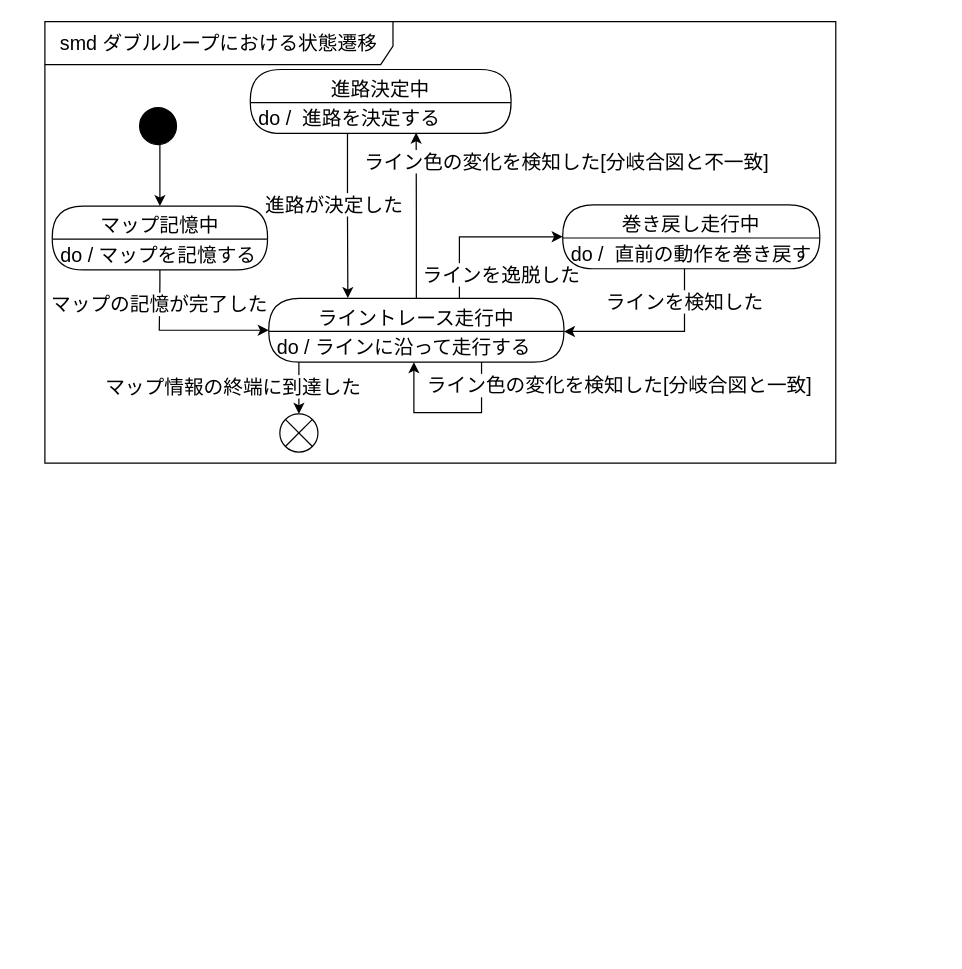
This is model/素材/4.1.1_状態遷移図.drawio from miyoshiyuu-systena/tenarobo-primary-mil-2025, a draw.io file, before an edit. Source tidied: cells renumbered, new cells numbered last; positions are measured from the earlier drawing's top-left corner, leaving out a move shared by most shapes. Both pictures are drawn from the tidied source at 123%, with x=0, y=0 at pixel (44, 21).
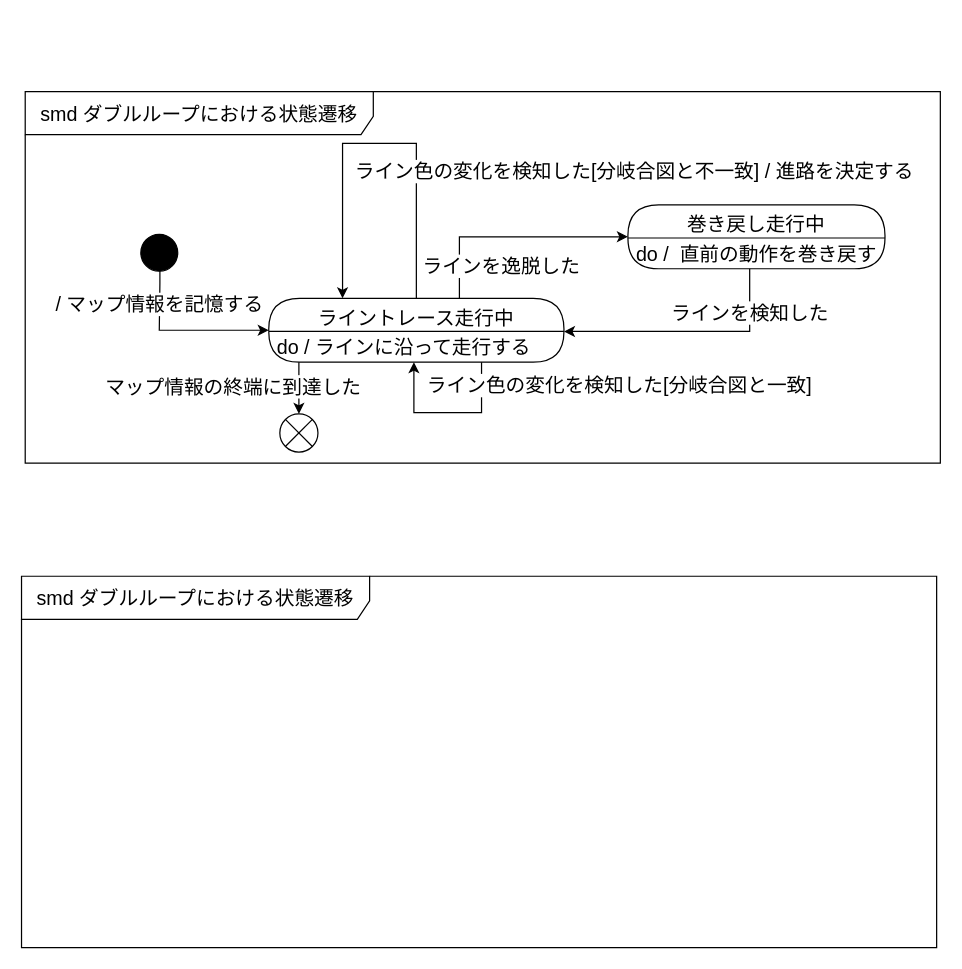
The same page after the edit.

The change refers to these unchanged cells:
```xml
<mxCell id="3" value="ライントレース走行中" style="swimlane;fontStyle=0;align=center;verticalAlign=top;horizontal=1;startSize=27;html=1;rounded=1;absoluteArcSize=1;arcSize=50;whiteSpace=wrap;fontSize=16;" parent="1" vertex="1">
  <mxGeometry x="182" y="225" width="240" height="52" as="geometry" />
</mxCell>
<mxCell id="4" value="do / ラインに沿って走行する" style="fillColor=none;strokeColor=none;align=left;verticalAlign=middle;spacingLeft=5;whiteSpace=wrap;html=1;fontSize=16;" parent="3" vertex="1">
  <mxGeometry y="27" width="240" height="25" as="geometry" />
</mxCell>
```

Change to the diagram source:
```diff
@@
     <mxCell id="2" value="ラインを逸脱した" style="edgeStyle=orthogonalEdgeStyle;rounded=0;jettySize=auto;html=1;fontSize=16;" parent="1" edge="1" source="3" target="10">
-      <mxGeometry x="0.25" y="-31" relative="1" as="geometry">
+      <mxGeometry x="-0.1" y="-24" relative="1" as="geometry">
         <Array as="points">
           <mxPoint x="337" y="175" />
         </Array>
       </mxGeometry>
     </mxCell>
@@
-    <mxCell id="6" value="マップの記憶が完了した" style="edgeStyle=orthogonalEdgeStyle;rounded=0;jettySize=auto;html=1;entryX=0;entryY=0.5;entryDx=0;entryDy=0;fontSize=16;" parent="1" edge="1" source="7" target="3">
+    <mxCell id="6" value="/ マップ情報を記憶する" style="edgeStyle=orthogonalEdgeStyle;rounded=0;jettySize=auto;html=1;entryX=0;entryY=0.5;entryDx=0;entryDy=0;fontSize=16;" parent="1" edge="1" target="3">
       <mxGeometry x="-0.6" relative="1" as="geometry">
+        <mxPoint x="93.5" y="202" as="sourcePoint" />
         <Array as="points">
           <mxPoint x="93" y="213" />
           <mxPoint x="93" y="275" />
         </Array>
       </mxGeometry>
     </mxCell>
-    <mxCell id="7" value="マップ記憶中" style="swimlane;fontStyle=0;align=center;verticalAlign=top;horizontal=1;startSize=27;html=1;rounded=1;absoluteArcSize=1;arcSize=50;whiteSpace=wrap;fontSize=16;" parent="1" vertex="1">
-      <mxGeometry x="6" y="150" width="175" height="52" as="geometry" />
-    </mxCell>
-    <mxCell id="8" value="do / マップを記憶する" style="fillColor=none;strokeColor=none;align=left;verticalAlign=middle;spacingLeft=5;whiteSpace=wrap;html=1;fontSize=16;" parent="7" vertex="1">
-      <mxGeometry y="27" width="175" height="25" as="geometry" />
-    </mxCell>
     <mxCell id="9" value="ラインを検知した" style="edgeStyle=orthogonalEdgeStyle;rounded=0;jettySize=auto;html=1;entryX=1;entryY=0;entryDx=0;entryDy=0;fontSize=16;" parent="1" edge="1" source="10" target="4">
       <mxGeometry x="-0.64" relative="1" as="geometry">
         <Array as="points">
-          <mxPoint x="520" y="252" />
+          <mxPoint x="573" y="252" />
         </Array>
       </mxGeometry>
     </mxCell>
     <mxCell id="10" value="巻き戻し走行中" style="swimlane;fontStyle=0;align=center;verticalAlign=top;horizontal=1;startSize=27;html=1;rounded=1;absoluteArcSize=1;arcSize=50;whiteSpace=wrap;fontSize=16;" parent="1" vertex="1">
-      <mxGeometry x="421" y="149" width="209" height="52" as="geometry" />
+      <mxGeometry x="474" y="149" width="209" height="52" as="geometry" />
     </mxCell>
@@
-    <mxCell id="12" style="edgeStyle=orthogonalEdgeStyle;rounded=0;jettySize=auto;html=1;entryX=0.5;entryY=0;entryDx=0;entryDy=0;fontSize=16;" parent="1" edge="1" source="13" target="7">
-      <mxGeometry relative="1" as="geometry">
-        <Array as="points">
-          <mxPoint x="93" y="80" />
-        </Array>
-      </mxGeometry>
-    </mxCell>
     <mxCell id="13" style="ellipse;fillColor=strokeColor;html=1;fontSize=16;" parent="1" vertex="1">
-      <mxGeometry x="77" y="70" width="30" height="30" as="geometry" />
+      <mxGeometry x="78" y="173" width="30" height="30" as="geometry" />
     </mxCell>
-    <mxCell id="14" value="進路決定中" style="swimlane;fontStyle=0;align=center;verticalAlign=top;horizontal=1;startSize=27;html=1;rounded=1;absoluteArcSize=1;arcSize=50;whiteSpace=wrap;fontSize=16;" parent="1" vertex="1">
-      <mxGeometry x="167" y="39" width="212" height="52" as="geometry" />
-    </mxCell>
-    <mxCell id="15" value="do /&amp;nbsp; 進路を決定する" style="fillColor=none;strokeColor=none;align=left;verticalAlign=middle;spacingLeft=5;whiteSpace=wrap;html=1;fontSize=16;" parent="14" vertex="1">
-      <mxGeometry y="27" width="212" height="25" as="geometry" />
-    </mxCell>
     <mxCell id="16" value="smd ダブルループにおける状態遷移" style="shape=umlFrame;whiteSpace=wrap;html=1;width=283;height=35;fontSize=16;" parent="1" vertex="1">
-      <mxGeometry width="643" height="359" as="geometry" />
+      <mxGeometry x="-16" y="57" width="744" height="302" as="geometry" />
     </mxCell>
-    <mxCell id="17" value="進路が決定した" style="edgeStyle=orthogonalEdgeStyle;rounded=0;jettySize=auto;html=1;entryX=0.268;entryY=-0.004;entryDx=0;entryDy=0;entryPerimeter=0;fontSize=16;" parent="1" edge="1" source="14" target="3">
-      <mxGeometry x="-0.13" y="-11" relative="1" as="geometry">
-        <Array as="points">
-          <mxPoint x="246" y="157" />
-          <mxPoint x="246" y="157" />
-        </Array>
-      </mxGeometry>
-    </mxCell>
-    <mxCell id="18" value="ライン色の変化を検知した[分岐合図と不一致]" style="edgeStyle=orthogonalEdgeStyle;rounded=0;jettySize=auto;html=1;entryX=0.636;entryY=0.972;entryDx=0;entryDy=0;entryPerimeter=0;fontSize=16;" parent="1" edge="1" source="3" target="15">
-      <mxGeometry x="0.64" y="-122" relative="1" as="geometry" />
+    <mxCell id="18" value="ライン色の変化を検知した[分岐合図と不一致] / 進路を決定する" style="edgeStyle=orthogonalEdgeStyle;rounded=0;orthogonalLoop=1;jettySize=auto;html=1;entryX=0.25;entryY=0;entryDx=0;entryDy=0;fontSize=16;" parent="1" edge="1" source="3" target="3">
+      <mxGeometry x="-0.34" y="-177" relative="1" as="geometry">
+        <Array as="points">
+          <mxPoint x="302" y="99" />
+          <mxPoint x="242" y="99" />
+        </Array>
+      </mxGeometry>
     </mxCell>
@@
+    <mxCell id="21" value="smd ダブルループにおける状態遷移" style="shape=umlFrame;whiteSpace=wrap;html=1;width=283;height=35;fontSize=16;" parent="1" vertex="1">
+      <mxGeometry x="-19" y="451" width="744" height="302" as="geometry" />
+    </mxCell>
```
